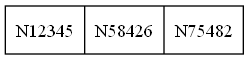
Before: arbolB.png, a diagram exported from Graphviz (sajche12/201904490_EDD_Proyecto). Its source is kept beside it as arbolB.dot. Its diagram source:
```dot
digraph ArbolB {
node [shape=record];
Nodo0 [label="N12345|N58426|N75482"];
}
```
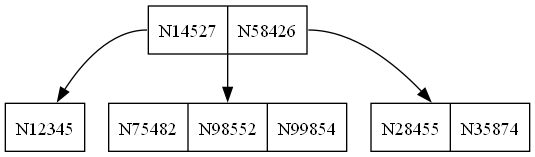
After the commit.

Change to the diagram source:
```diff
@@ -1,4 +1,10 @@
-digraph ArbolB {
-node [shape=record];
-Nodo0 [label="N12345|N58426|N75482"];
+digraph G {
+    node [shape=record];
+    nodo0 [label="<f0> N14527 | <f1> N58426"];
+    nodo1 [label="<f0> N12345"];
+    nodo0:f0 -> nodo1;
+    nodo2 [label="<f0> N28455 | <f1> N35874"];
+    nodo0:f1 -> nodo2;
+    nodo3 [label="<f0> N75482 | <f1> N98552 | <f2> N99854"];
+    nodo0:f2 -> nodo3;
 }
```
